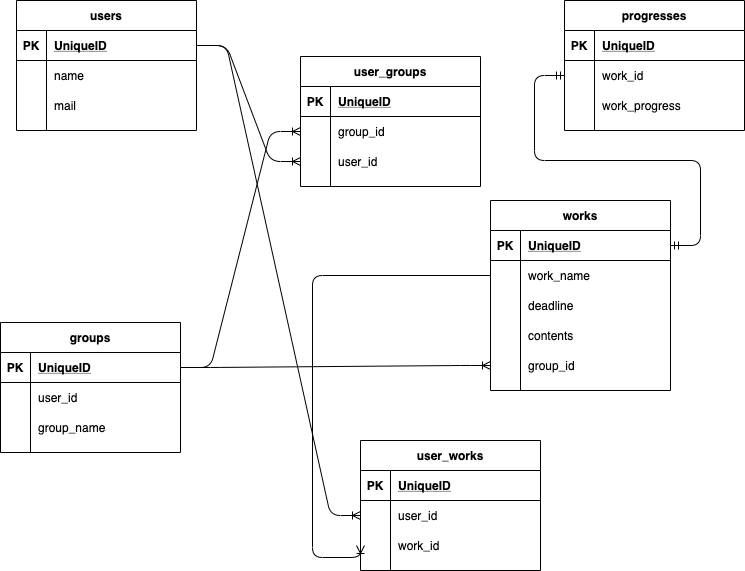
This is teble.drawio.png from itatsu-works/work_control, a draw.io export, as it was before one commit. Source tidied: cells renumbered, new cells last; positions are measured from the earlier drawing's top-left corner, leaving out a move shared by most shapes.
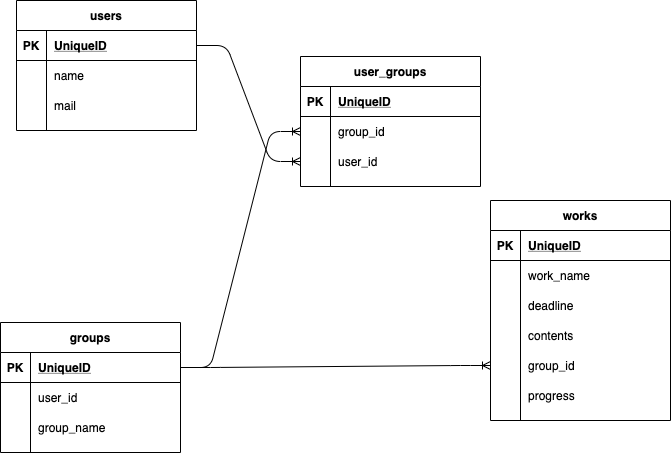
The same diagram one commit later.

The edit, as a diff of the source:
```diff
@@ -39,7 +39,7 @@
       <mxGeometry relative="1" as="geometry" />
     </mxCell>
     <mxCell id="14" value="works" style="shape=table;startSize=30;rowLines=0;fontStyle=1;align=center;" parent="1" vertex="1">
-      <mxGeometry x="490" y="200" width="180" height="190" as="geometry" />
+      <mxGeometry x="490" y="200" width="180" height="220" as="geometry" />
     </mxCell>
     <mxCell id="15" style="shape=partialRectangle;fillColor=none;top=0;left=0;bottom=1;right=0;points=[[0,0.5],[1,0.5]];portConstraint=eastwest;" parent="14" vertex="1">
       <mxGeometry y="30" width="180" height="30" as="geometry" />
@@ -86,53 +86,18 @@
     <mxCell id="29" value="group_id" style="shape=partialRectangle;fillColor=none;top=0;left=0;bottom=0;right=0;align=left;spacingLeft=6;overflow=hidden;" parent="27" vertex="1">
       <mxGeometry x="30" width="150" height="30" as="geometry" />
     </mxCell>
+    <mxCell id="74" style="shape=partialRectangle;fillColor=none;top=0;left=0;bottom=0;right=0;" parent="14" vertex="1">
+      <mxGeometry y="180" width="180" height="30" as="geometry" />
+    </mxCell>
+    <mxCell id="75" style="shape=partialRectangle;fillColor=none;top=0;left=0;bottom=0;right=0;overflow=hidden;" parent="74" vertex="1">
+      <mxGeometry width="30" height="30" as="geometry" />
+    </mxCell>
+    <mxCell id="76" value="progress" style="shape=partialRectangle;fillColor=none;top=0;left=0;bottom=0;right=0;align=left;spacingLeft=6;overflow=hidden;" parent="74" vertex="1">
+      <mxGeometry x="30" width="150" height="30" as="geometry" />
+    </mxCell>
     <mxCell id="30" style="edgeStyle=entityRelationEdgeStyle;fontSize=12;html=1;endArrow=ERoneToMany;exitX=1;exitY=0.5;exitDx=0;exitDy=0;entryX=0;entryY=0.5;entryDx=0;entryDy=0;" parent="1" edge="1" source="45" target="27">
       <mxGeometry relative="1" as="geometry" />
     </mxCell>
-    <mxCell id="31" style="edgeStyle=entityRelationEdgeStyle;fontSize=12;html=1;endArrow=ERmandOne;startArrow=ERmandOne;entryX=0;entryY=0.5;entryDx=0;entryDy=0;exitX=1;exitY=0.5;exitDx=0;exitDy=0;" parent="1" edge="1" source="15" target="36">
-      <mxGeometry relative="1" as="geometry" />
-    </mxCell>
-    <mxCell id="32" value="progresses" style="shape=table;startSize=30;rowLines=0;fontStyle=1;align=center;" parent="1" vertex="1">
-      <mxGeometry x="564" width="180" height="130" as="geometry" />
-    </mxCell>
-    <mxCell id="33" style="shape=partialRectangle;fillColor=none;top=0;left=0;bottom=1;right=0;" parent="32" vertex="1">
-      <mxGeometry y="30" width="180" height="30" as="geometry" />
-    </mxCell>
-    <mxCell id="34" value="PK" style="shape=partialRectangle;fillColor=none;top=0;left=0;bottom=0;right=0;fontStyle=1;overflow=hidden;" parent="33" vertex="1">
-      <mxGeometry width="30" height="30" as="geometry" />
-    </mxCell>
-    <mxCell id="35" value="UniqueID" style="shape=partialRectangle;fillColor=none;top=0;left=0;bottom=0;right=0;align=left;spacingLeft=6;fontStyle=5;overflow=hidden;" parent="33" vertex="1">
-      <mxGeometry x="30" width="150" height="30" as="geometry" />
-    </mxCell>
-    <mxCell id="36" style="shape=partialRectangle;fillColor=none;top=0;left=0;bottom=0;right=0;points=[[0,0.5],[1,0.5]];portConstraint=eastwest;" parent="32" vertex="1">
-      <mxGeometry y="60" width="180" height="30" as="geometry" />
-    </mxCell>
-    <mxCell id="37" style="shape=partialRectangle;fillColor=none;top=0;left=0;bottom=0;right=0;overflow=hidden;" parent="36" vertex="1">
-      <mxGeometry width="30" height="30" as="geometry" />
-    </mxCell>
-    <mxCell id="38" value="work_id" style="shape=partialRectangle;fillColor=none;top=0;left=0;bottom=0;right=0;align=left;spacingLeft=6;overflow=hidden;" parent="36" vertex="1">
-      <mxGeometry x="30" width="150" height="30" as="geometry" />
-    </mxCell>
-    <mxCell id="39" style="shape=partialRectangle;fillColor=none;top=0;left=0;bottom=0;right=0;" parent="32" vertex="1">
-      <mxGeometry y="90" width="180" height="30" as="geometry" />
-    </mxCell>
-    <mxCell id="40" style="shape=partialRectangle;fillColor=none;top=0;left=0;bottom=0;right=0;overflow=hidden;" parent="39" vertex="1">
-      <mxGeometry width="30" height="30" as="geometry" />
-    </mxCell>
-    <mxCell id="41" value="work_progress" style="shape=partialRectangle;fillColor=none;top=0;left=0;bottom=0;right=0;align=left;spacingLeft=6;overflow=hidden;" parent="39" vertex="1">
-      <mxGeometry x="30" width="150" height="30" as="geometry" />
-    </mxCell>
-    <mxCell id="42" style="edgeStyle=entityRelationEdgeStyle;fontSize=12;html=1;endArrow=ERoneToMany;exitX=1;exitY=0.5;exitDx=0;exitDy=0;entryX=0;entryY=0.5;entryDx=0;entryDy=0;" parent="1" edge="1" source="4" target="58">
-      <mxGeometry relative="1" as="geometry" />
-    </mxCell>
-    <mxCell id="43" style="fontSize=12;html=1;endArrow=ERoneToMany;entryX=0;entryY=0.5;entryDx=0;entryDy=0;exitX=0;exitY=0.5;exitDx=0;exitDy=0;edgeStyle=orthogonalEdgeStyle;" parent="1" edge="1" source="18" target="61">
-      <mxGeometry relative="1" as="geometry">
-        <Array as="points">
-          <mxPoint x="312" y="275" />
-          <mxPoint x="312" y="557" />
-        </Array>
-      </mxGeometry>
-    </mxCell>
     <mxCell id="44" value="groups" style="shape=table;startSize=30;rowLines=0;fontStyle=1;align=center;" parent="1" vertex="1">
       <mxGeometry y="322" width="180" height="130" as="geometry" />
     </mxCell>
@@ -163,36 +128,6 @@
     <mxCell id="53" value="group_name" style="shape=partialRectangle;fillColor=none;top=0;left=0;bottom=0;right=0;align=left;spacingLeft=6;overflow=hidden;" parent="51" vertex="1">
       <mxGeometry x="30" width="150" height="30" as="geometry" />
     </mxCell>
-    <mxCell id="54" value="user_works" style="shape=table;startSize=30;rowLines=0;fontStyle=1;align=center;" parent="1" vertex="1">
-      <mxGeometry x="360" y="440" width="180" height="130" as="geometry" />
-    </mxCell>
-    <mxCell id="55" style="shape=partialRectangle;fillColor=none;top=0;left=0;bottom=1;right=0;" parent="54" vertex="1">
-      <mxGeometry y="30" width="180" height="30" as="geometry" />
-    </mxCell>
-    <mxCell id="56" value="PK" style="shape=partialRectangle;fillColor=none;top=0;left=0;bottom=0;right=0;fontStyle=1;overflow=hidden;" parent="55" vertex="1">
-      <mxGeometry width="30" height="30" as="geometry" />
-    </mxCell>
-    <mxCell id="57" value="UniqueID" style="shape=partialRectangle;fillColor=none;top=0;left=0;bottom=0;right=0;align=left;spacingLeft=6;fontStyle=5;overflow=hidden;" parent="55" vertex="1">
-      <mxGeometry x="30" width="150" height="30" as="geometry" />
-    </mxCell>
-    <mxCell id="58" style="shape=partialRectangle;fillColor=none;top=0;left=0;bottom=0;right=0;points=[[0,0.5],[1,0.5]];portConstraint=eastwest;" parent="54" vertex="1">
-      <mxGeometry y="60" width="180" height="30" as="geometry" />
-    </mxCell>
-    <mxCell id="59" style="shape=partialRectangle;fillColor=none;top=0;left=0;bottom=0;right=0;overflow=hidden;" parent="58" vertex="1">
-      <mxGeometry width="30" height="30" as="geometry" />
-    </mxCell>
-    <mxCell id="60" value="user_id" style="shape=partialRectangle;fillColor=none;top=0;left=0;bottom=0;right=0;align=left;spacingLeft=6;overflow=hidden;" parent="58" vertex="1">
-      <mxGeometry x="30" width="150" height="30" as="geometry" />
-    </mxCell>
-    <mxCell id="61" style="shape=partialRectangle;fillColor=none;top=0;left=0;bottom=0;right=0;points=[[0,0.5],[1,0.5]];portConstraint=eastwest;" parent="54" vertex="1">
-      <mxGeometry y="90" width="180" height="30" as="geometry" />
-    </mxCell>
-    <mxCell id="62" style="shape=partialRectangle;fillColor=none;top=0;left=0;bottom=0;right=0;overflow=hidden;" parent="61" vertex="1">
-      <mxGeometry width="30" height="30" as="geometry" />
-    </mxCell>
-    <mxCell id="63" value="work_id" style="shape=partialRectangle;fillColor=none;top=0;left=0;bottom=0;right=0;align=left;spacingLeft=6;overflow=hidden;fontStyle=0;" parent="61" vertex="1">
-      <mxGeometry x="30" width="150" height="30" as="geometry" />
-    </mxCell>
     <mxCell id="64" value="user_groups" style="shape=table;startSize=30;rowLines=0;fontStyle=1;align=center;" parent="1" vertex="1">
       <mxGeometry x="300" y="56" width="180" height="130" as="geometry" />
     </mxCell>
```
